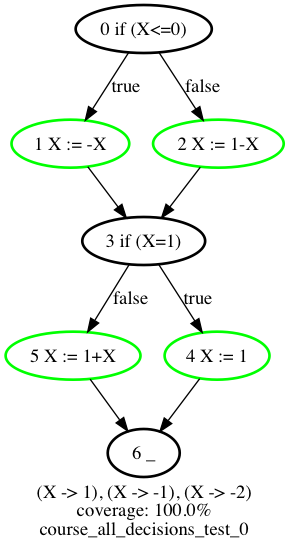
Earlier version of the Graphviz export graphs/course_all_decisions_test_0.png (ghigi123/ivf). Its source is kept beside it as graphs/course_all_decisions_test_0.dot.
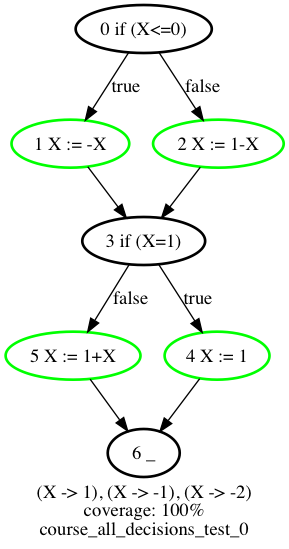
The same diagram one commit later.

Diff of the diagram source:
```diff
@@ -1,6 +1,6 @@
 digraph course_all_decisions_test_0 {
 	label = "(X -> 1), (X -> -1), (X -> -2)
-coverage: 100.0%
+coverage: 100%
 course_all_decisions_test_0"
 	"5 X := 1+X" [color = green, style = bold]
 	"1 X := -X" -> "3 if (X=1)"
```
